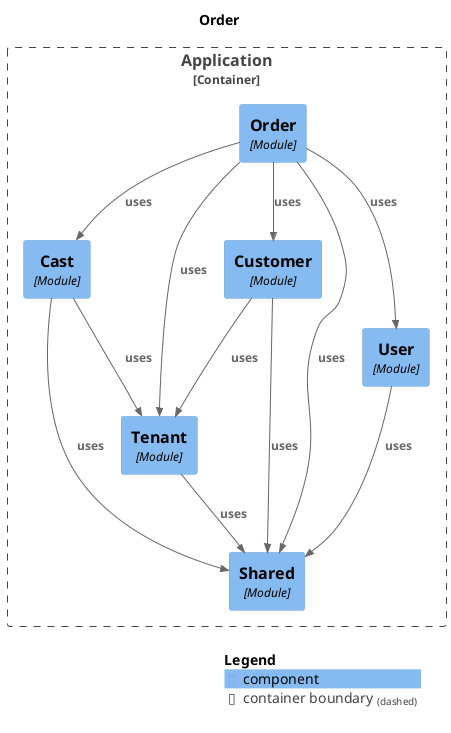
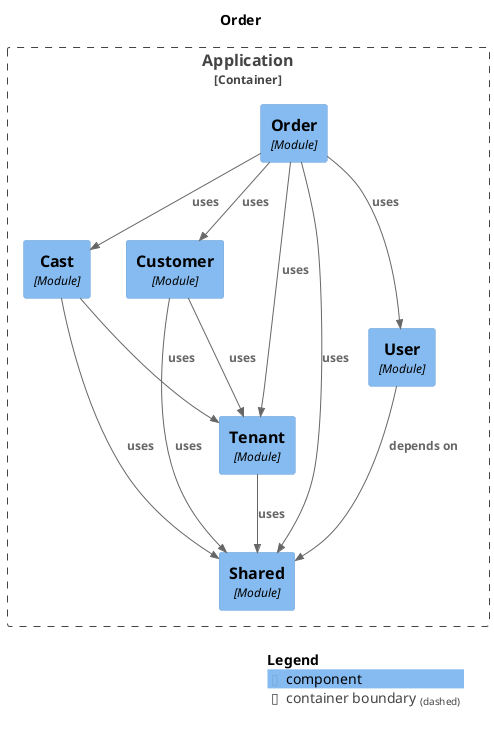
@startuml
set separator none
title Order

top to bottom direction

!include <C4/C4>
!include <C4/C4_Context>
!include <C4/C4_Component>

Container_Boundary("Application.Application_boundary", "Application", $tags="") {
+   Component(Application.Application.Tenant, "Tenant", $techn="Module", $descr="", $tags="", $link="")
  Component(Application.Application.Cast, "Cast", $techn="Module", $descr="", $tags="", $link="")
  Component(Application.Application.Customer, "Customer", $techn="Module", $descr="", $tags="", $link="")
  Component(Application.Application.Order, "Order", $techn="Module", $descr="", $tags="", $link="")
  Component(Application.Application.Shared, "Shared", $techn="Module", $descr="", $tags="", $link="")
  Component(Application.Application.User, "User", $techn="Module", $descr="", $tags="", $link="")
-   Component(Application.Application.Tenant, "Tenant", $techn="Module", $descr="", $tags="", $link="")
}

- Rel(Application.Application.Tenant, Application.Application.Shared, "uses", $techn="", $tags="", $link="")
- Rel(Application.Application.Cast, Application.Application.Shared, "uses", $techn="", $tags="", $link="")
- Rel(Application.Application.Cast, Application.Application.Tenant, "uses", $techn="", $tags="", $link="")
- Rel(Application.Application.User, Application.Application.Shared, "uses", $techn="", $tags="", $link="")
- Rel(Application.Application.Customer, Application.Application.Shared, "uses", $techn="", $tags="", $link="")
- Rel(Application.Application.Customer, Application.Application.Tenant, "uses", $techn="", $tags="", $link="")
Rel(Application.Application.Order, Application.Application.Customer, "uses", $techn="", $tags="", $link="")
Rel(Application.Application.Order, Application.Application.Cast, "uses", $techn="", $tags="", $link="")
Rel(Application.Application.Order, Application.Application.User, "uses", $techn="", $tags="", $link="")
Rel(Application.Application.Order, Application.Application.Tenant, "uses", $techn="", $tags="", $link="")
Rel(Application.Application.Order, Application.Application.Shared, "uses", $techn="", $tags="", $link="")
+ Rel(Application.Application.Cast, Application.Application.Shared, "uses", $techn="", $tags="", $link="")
+ Rel(Application.Application.Cast, Application.Application.Tenant, "uses", $techn="", $tags="", $link="")
+ Rel(Application.Application.Tenant, Application.Application.Shared, "uses", $techn="", $tags="", $link="")
+ Rel(Application.Application.Customer, Application.Application.Shared, "uses", $techn="", $tags="", $link="")
+ Rel(Application.Application.Customer, Application.Application.Tenant, "uses", $techn="", $tags="", $link="")
+ Rel(Application.Application.User, Application.Application.Shared, "depends on", $techn="", $tags="", $link="")

SHOW_LEGEND(true)
@enduml